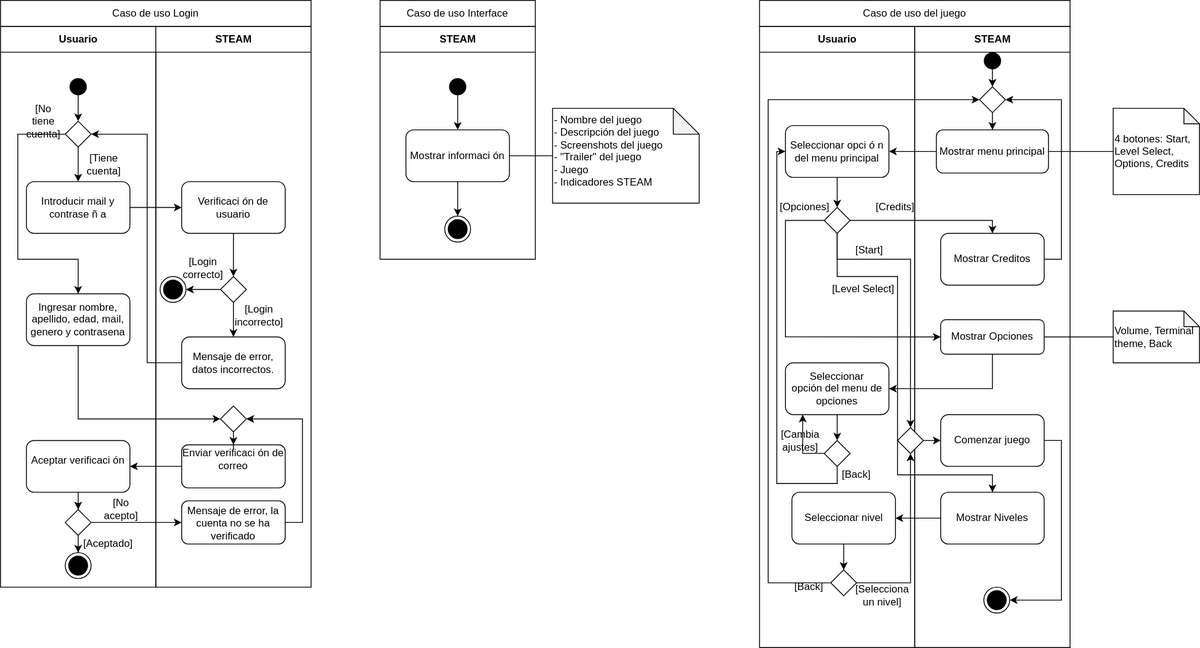
ITC21/srsdoc keeps this draw.io diagram as caso-de-actividades-STEAM.drawio.svg. Above is the earlier version. Source tidied: cells renumbered, new cells last; positions are measured from the earlier drawing's top-left corner, leaving out a move shared by most shapes.
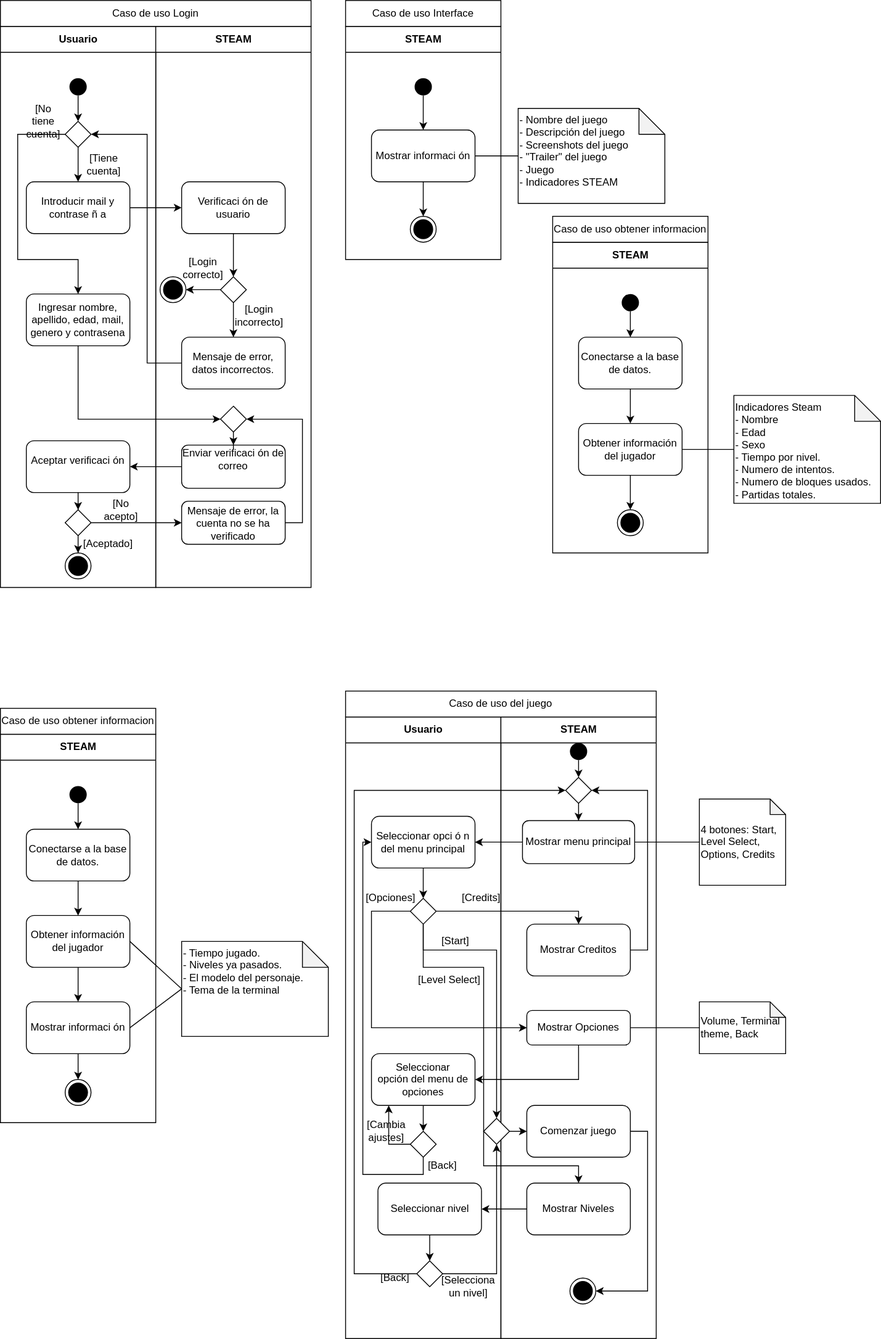
Above is the later version.

Commit message:
Modificaciones a los UML

What changed in the source:
```diff
@@ -3,7 +3,7 @@
     <mxCell id="0" />
     <mxCell id="1" parent="0" />
     <mxCell id="2" value="Usuario" style="swimlane;fontStyle=1;align=center;horizontal=1;startSize=30;html=1;" parent="1" vertex="1">
-      <mxGeometry y="30" width="180" height="650" as="geometry" />
+      <mxGeometry x="40" y="30" width="180" height="650" as="geometry" />
     </mxCell>
     <mxCell id="3" style="edgeStyle=orthogonalEdgeStyle;rounded=0;jettySize=auto;html=1;" parent="2" edge="1" source="4" target="8">
       <mxGeometry relative="1" as="geometry" />
@@ -60,7 +60,7 @@
       <mxGeometry x="105" y="590" width="40" height="20" as="geometry" />
     </mxCell>
     <mxCell id="19" value="STEAM" style="swimlane;fontStyle=1;align=center;horizontal=1;startSize=30;html=1;" parent="1" vertex="1">
-      <mxGeometry x="180" y="30" width="180" height="650" as="geometry" />
+      <mxGeometry x="220" y="30" width="180" height="650" as="geometry" />
     </mxCell>
     <mxCell id="20" style="edgeStyle=orthogonalEdgeStyle;rounded=0;jettySize=auto;html=1;" parent="19" edge="1" source="21" target="24">
       <mxGeometry relative="1" as="geometry" />
@@ -134,7 +134,7 @@
       <mxGeometry x="75" y="220" width="30" height="30" as="geometry" />
     </mxCell>
     <mxCell id="42" value="Usuario" style="swimlane;fontStyle=1;align=center;horizontal=1;startSize=30;html=1;" parent="1" vertex="1">
-      <mxGeometry x="880" y="30" width="180" height="720" as="geometry" />
+      <mxGeometry x="440" y="830" width="180" height="720" as="geometry" />
     </mxCell>
     <mxCell id="43" style="edgeStyle=orthogonalEdgeStyle;rounded=0;orthogonalLoop=1;jettySize=auto;html=1;" parent="42" edge="1">
       <mxGeometry relative="1" as="geometry">
@@ -214,7 +214,7 @@
       <mxGeometry x="82.5" y="295" width="75" height="20" as="geometry" />
     </mxCell>
     <mxCell id="63" value="STEAM" style="swimlane;fontStyle=1;align=center;horizontal=1;startSize=30;html=1;" parent="1" vertex="1">
-      <mxGeometry x="1060" y="30" width="180" height="720" as="geometry" />
+      <mxGeometry x="620" y="830" width="180" height="720" as="geometry" />
     </mxCell>
     <mxCell id="64" style="edgeStyle=orthogonalEdgeStyle;rounded=0;jettySize=auto;html=1;exitX=0.5;exitY=1;exitDx=0;exitDy=0;entryX=0.5;entryY=0;entryDx=0;entryDy=0;" parent="63" edge="1" source="65" target="75">
       <mxGeometry relative="1" as="geometry" />
@@ -268,32 +268,32 @@
     <mxCell id="77" style="edgeStyle=orthogonalEdgeStyle;rounded=0;jettySize=auto;html=1;" parent="1" edge="1" source="46" target="68">
       <mxGeometry relative="1" as="geometry">
         <Array as="points">
-          <mxPoint x="1150" y="255" />
+          <mxPoint x="710" y="1055" />
         </Array>
       </mxGeometry>
     </mxCell>
     <mxCell id="78" style="edgeStyle=orthogonalEdgeStyle;rounded=0;jettySize=auto;html=1;entryX=0;entryY=0.5;entryDx=0;entryDy=0;" parent="1" edge="1" source="46" target="69">
       <mxGeometry relative="1" as="geometry">
         <Array as="points">
-          <mxPoint x="910" y="255" />
-          <mxPoint x="910" y="390" />
+          <mxPoint x="470" y="1055" />
+          <mxPoint x="470" y="1190" />
         </Array>
       </mxGeometry>
     </mxCell>
     <mxCell id="79" style="edgeStyle=orthogonalEdgeStyle;rounded=0;jettySize=auto;html=1;" parent="1" edge="1" source="69" target="50">
       <mxGeometry relative="1" as="geometry">
         <Array as="points">
-          <mxPoint x="1150" y="450" />
+          <mxPoint x="710" y="1250" />
         </Array>
       </mxGeometry>
     </mxCell>
     <mxCell id="80" style="edgeStyle=orthogonalEdgeStyle;rounded=0;jettySize=auto;html=1;exitX=0.5;exitY=1;exitDx=0;exitDy=0;" parent="1" edge="1" source="46" target="72">
       <mxGeometry relative="1" as="geometry">
         <Array as="points">
-          <mxPoint x="970" y="320" />
-          <mxPoint x="1040" y="320" />
-          <mxPoint x="1040" y="550" />
-          <mxPoint x="1150" y="550" />
+          <mxPoint x="530" y="1120" />
+          <mxPoint x="600" y="1120" />
+          <mxPoint x="600" y="1350" />
+          <mxPoint x="710" y="1350" />
         </Array>
       </mxGeometry>
     </mxCell>
@@ -303,19 +303,19 @@
     <mxCell id="82" style="edgeStyle=orthogonalEdgeStyle;rounded=0;jettySize=auto;html=1;entryX=0;entryY=0.5;entryDx=0;entryDy=0;" parent="1" edge="1" source="59" target="75">
       <mxGeometry relative="1" as="geometry">
         <Array as="points">
-          <mxPoint x="890" y="675" />
-          <mxPoint x="890" y="115" />
+          <mxPoint x="450" y="1475" />
+          <mxPoint x="450" y="915" />
         </Array>
       </mxGeometry>
     </mxCell>
     <mxCell id="83" value="Caso de uso Login" style="rounded=0;whiteSpace=wrap;html=1;align=center;" parent="1" vertex="1">
-      <mxGeometry width="360" height="30" as="geometry" />
+      <mxGeometry x="40" width="360" height="30" as="geometry" />
     </mxCell>
     <mxCell id="84" style="edgeStyle=orthogonalEdgeStyle;rounded=0;jettySize=auto;html=1;entryX=1;entryY=0.5;entryDx=0;entryDy=0;" parent="1" edge="1" source="27" target="8">
       <mxGeometry relative="1" as="geometry">
         <Array as="points">
-          <mxPoint x="170" y="420" />
-          <mxPoint x="170" y="155" />
+          <mxPoint x="210" y="420" />
+          <mxPoint x="210" y="155" />
         </Array>
       </mxGeometry>
     </mxCell>
@@ -323,13 +323,13 @@
       <mxGeometry relative="1" as="geometry" />
     </mxCell>
     <mxCell id="86" value="&lt;span&gt;4 botones: Start, Level Select, Options, Credits&lt;/span&gt;" style="shape=note;whiteSpace=wrap;html=1;backgroundOutline=1;darkOpacity=0.05;align=left;size=18;" parent="1" vertex="1">
-      <mxGeometry x="1290" y="125" width="100" height="100" as="geometry" />
+      <mxGeometry x="850" y="925" width="100" height="100" as="geometry" />
     </mxCell>
     <mxCell id="87" value="Caso de uso Interface" style="rounded=0;whiteSpace=wrap;html=1;align=center;" parent="1" vertex="1">
       <mxGeometry x="440" width="180" height="30" as="geometry" />
     </mxCell>
     <mxCell id="88" value="Caso de uso del juego" style="rounded=0;whiteSpace=wrap;html=1;align=center;" parent="1" vertex="1">
-      <mxGeometry x="880" width="360" height="30" as="geometry" />
+      <mxGeometry x="440" y="800" width="360" height="30" as="geometry" />
     </mxCell>
     <mxCell id="89" style="edgeStyle=orthogonalEdgeStyle;rounded=0;jettySize=auto;html=1;" parent="1" edge="1" source="29" target="13">
       <mxGeometry relative="1" as="geometry" />
@@ -337,7 +337,7 @@
     <mxCell id="90" style="edgeStyle=orthogonalEdgeStyle;rounded=0;jettySize=auto;html=1;entryX=0;entryY=0.5;entryDx=0;entryDy=0;" parent="1" edge="1" source="10" target="33">
       <mxGeometry relative="1" as="geometry">
         <Array as="points">
-          <mxPoint x="90" y="485" />
+          <mxPoint x="130" y="485" />
         </Array>
       </mxGeometry>
     </mxCell>
@@ -348,7 +348,7 @@
       <mxGeometry relative="1" as="geometry" />
     </mxCell>
     <mxCell id="93" style="rhombus;align=center;" parent="1" vertex="1">
-      <mxGeometry x="1040" y="495" width="30" height="30" as="geometry" />
+      <mxGeometry x="600" y="1295" width="30" height="30" as="geometry" />
     </mxCell>
     <mxCell id="94" style="edgeStyle=orthogonalEdgeStyle;rounded=0;jettySize=auto;html=1;exitX=1;exitY=0.5;exitDx=0;exitDy=0;entryX=0;entryY=0.5;entryDx=0;entryDy=0;" parent="1" edge="1" source="93" target="71">
       <mxGeometry relative="1" as="geometry" />
@@ -356,8 +356,8 @@
     <mxCell id="95" style="edgeStyle=orthogonalEdgeStyle;rounded=0;jettySize=auto;html=1;entryX=0.5;entryY=0;entryDx=0;entryDy=0;" parent="1" edge="1" source="46" target="93">
       <mxGeometry relative="1" as="geometry">
         <Array as="points">
-          <mxPoint x="970" y="300" />
-          <mxPoint x="1055" y="300" />
+          <mxPoint x="530" y="1100" />
+          <mxPoint x="615" y="1100" />
         </Array>
       </mxGeometry>
     </mxCell>
@@ -365,10 +365,85 @@
       <mxGeometry relative="1" as="geometry" />
     </mxCell>
     <mxCell id="97" value="&lt;span style=&quot;text-align: center&quot;&gt;Volume, Terminal theme, Back&lt;/span&gt;" style="shape=note;whiteSpace=wrap;html=1;backgroundOutline=1;darkOpacity=0.05;align=left;size=18;" parent="1" vertex="1">
-      <mxGeometry x="1290" y="360" width="100" height="60" as="geometry" />
+      <mxGeometry x="850" y="1160" width="100" height="60" as="geometry" />
     </mxCell>
     <mxCell id="98" style="endArrow=none;html=1;exitX=1;exitY=0.5;exitDx=0;exitDy=0;" parent="1" edge="1" source="69" target="97">
       <mxGeometry relative="1" as="geometry" />
     </mxCell>
+    <mxCell id="99" value="STEAM" style="swimlane;fontStyle=1;align=center;horizontal=1;startSize=30;html=1;" parent="1" vertex="1">
+      <mxGeometry x="40" y="850" width="180" height="450" as="geometry" />
+    </mxCell>
+    <mxCell id="100" style="edgeStyle=orthogonalEdgeStyle;rounded=0;jettySize=auto;html=1;exitX=0.5;exitY=1;exitDx=0;exitDy=0;entryX=0.5;entryY=0;entryDx=0;entryDy=0;" parent="99" edge="1" source="101" target="108">
+      <mxGeometry relative="1" as="geometry" />
+    </mxCell>
+    <mxCell id="101" style="ellipse;fillColor=#000000;strokeColor=none;align=center;" parent="99" vertex="1">
+      <mxGeometry x="80" y="60" width="20" height="20" as="geometry" />
+    </mxCell>
+    <mxCell id="102" style="edgeStyle=orthogonalEdgeStyle;rounded=0;jettySize=auto;html=1;entryX=0.5;entryY=0;entryDx=0;entryDy=0;" parent="99" edge="1" source="103" target="104">
+      <mxGeometry relative="1" as="geometry" />
+    </mxCell>
+    <mxCell id="103" value="Mostrar informaci&lt;span&gt;ón&lt;br&gt;&lt;/span&gt;" style="rounded=1;whiteSpace=wrap;html=1;align=center;" parent="99" vertex="1">
+      <mxGeometry x="30" y="310" width="120" height="60" as="geometry" />
+    </mxCell>
+    <mxCell id="104" style="ellipse;html=1;shape=endState;fillColor=#000000;strokeColor=#000000;align=center;" parent="99" vertex="1">
+      <mxGeometry x="75" y="400" width="30" height="30" as="geometry" />
+    </mxCell>
+    <mxCell id="105" style="edgeStyle=orthogonalEdgeStyle;rounded=0;jettySize=auto;html=1;exitX=0.5;exitY=1;exitDx=0;exitDy=0;entryX=0.5;entryY=0;entryDx=0;entryDy=0;" parent="99" edge="1" source="106" target="103">
+      <mxGeometry relative="1" as="geometry" />
+    </mxCell>
+    <mxCell id="106" value="&lt;span&gt;Obtener información del jugador&lt;br&gt;&lt;/span&gt;" style="rounded=1;whiteSpace=wrap;html=1;align=center;" parent="99" vertex="1">
+      <mxGeometry x="30" y="210" width="120" height="60" as="geometry" />
+    </mxCell>
+    <mxCell id="107" style="edgeStyle=orthogonalEdgeStyle;rounded=0;jettySize=auto;html=1;exitX=0.5;exitY=1;exitDx=0;exitDy=0;entryX=0.5;entryY=0;entryDx=0;entryDy=0;" parent="99" edge="1" source="108" target="106">
+      <mxGeometry relative="1" as="geometry" />
+    </mxCell>
+    <mxCell id="108" value="&lt;span&gt;Conectarse a la base de datos.&lt;br&gt;&lt;/span&gt;" style="rounded=1;whiteSpace=wrap;html=1;align=center;" parent="99" vertex="1">
+      <mxGeometry x="30" y="110" width="120" height="60" as="geometry" />
+    </mxCell>
+    <mxCell id="109" value="Caso de uso obtener informacion" style="rounded=0;whiteSpace=wrap;html=1;align=center;" parent="1" vertex="1">
+      <mxGeometry x="40" y="820" width="180" height="30" as="geometry" />
+    </mxCell>
+    <mxCell id="110" style="endArrow=none;html=1;exitX=1;exitY=0.5;exitDx=0;exitDy=0;entryX=0;entryY=0.5;entryDx=0;entryDy=0;entryPerimeter=0;" parent="1" edge="1" source="103" target="111">
+      <mxGeometry relative="1" as="geometry" />
+    </mxCell>
+    <mxCell id="111" value="- Tiempo jugado.&lt;br&gt;- Niveles ya pasados.&lt;br&gt;- El modelo del personaje.&lt;br&gt;- Tema de la terminal" style="shape=note;whiteSpace=wrap;html=1;backgroundOutline=1;darkOpacity=0.05;align=left;verticalAlign=top;" parent="1" vertex="1">
+      <mxGeometry x="250" y="1090" width="170" height="110" as="geometry" />
+    </mxCell>
+    <mxCell id="112" style="endArrow=none;html=1;exitX=1;exitY=0.5;exitDx=0;exitDy=0;entryX=0;entryY=0.5;entryDx=0;entryDy=0;entryPerimeter=0;" parent="1" edge="1" source="106" target="111">
+      <mxGeometry relative="1" as="geometry" />
+    </mxCell>
+    <mxCell id="113" value="STEAM" style="swimlane;fontStyle=1;align=center;horizontal=1;startSize=30;html=1;" parent="1" vertex="1">
+      <mxGeometry x="680" y="280" width="180" height="360" as="geometry" />
+    </mxCell>
+    <mxCell id="114" style="edgeStyle=orthogonalEdgeStyle;rounded=0;jettySize=auto;html=1;exitX=0.5;exitY=1;exitDx=0;exitDy=0;entryX=0.5;entryY=0;entryDx=0;entryDy=0;" parent="113" edge="1" source="115" target="120">
+      <mxGeometry relative="1" as="geometry" />
+    </mxCell>
+    <mxCell id="115" style="ellipse;fillColor=#000000;strokeColor=none;align=center;" parent="113" vertex="1">
+      <mxGeometry x="80" y="60" width="20" height="20" as="geometry" />
+    </mxCell>
+    <mxCell id="116" style="edgeStyle=orthogonalEdgeStyle;rounded=0;jettySize=auto;html=1;entryX=0.5;entryY=0;entryDx=0;entryDy=0;exitX=0.5;exitY=1;exitDx=0;exitDy=0;" parent="113" edge="1" source="118" target="117">
+      <mxGeometry relative="1" as="geometry" />
+    </mxCell>
+    <mxCell id="117" style="ellipse;html=1;shape=endState;fillColor=#000000;strokeColor=#000000;align=center;" parent="113" vertex="1">
+      <mxGeometry x="75" y="310" width="30" height="30" as="geometry" />
+    </mxCell>
+    <mxCell id="118" value="&lt;span&gt;Obtener información del jugador&lt;br&gt;&lt;/span&gt;" style="rounded=1;whiteSpace=wrap;html=1;align=center;" parent="113" vertex="1">
+      <mxGeometry x="30" y="210" width="120" height="60" as="geometry" />
+    </mxCell>
+    <mxCell id="119" style="edgeStyle=orthogonalEdgeStyle;rounded=0;jettySize=auto;html=1;exitX=0.5;exitY=1;exitDx=0;exitDy=0;entryX=0.5;entryY=0;entryDx=0;entryDy=0;" parent="113" edge="1" source="120" target="118">
+      <mxGeometry relative="1" as="geometry" />
+    </mxCell>
+    <mxCell id="120" value="&lt;span&gt;Conectarse a la base de datos.&lt;br&gt;&lt;/span&gt;" style="rounded=1;whiteSpace=wrap;html=1;align=center;" parent="113" vertex="1">
+      <mxGeometry x="30" y="110" width="120" height="60" as="geometry" />
+    </mxCell>
+    <mxCell id="121" value="Caso de uso obtener informacion" style="rounded=0;whiteSpace=wrap;html=1;align=center;" parent="1" vertex="1">
+      <mxGeometry x="680" y="250" width="180" height="30" as="geometry" />
+    </mxCell>
+    <mxCell id="122" value="Indicadores Steam&lt;br&gt;&amp;nbsp;- Nombre&lt;br&gt;&amp;nbsp;- Edad&lt;br&gt;&amp;nbsp;- Sexo&lt;br&gt;&amp;nbsp;- Tiempo por nivel.&lt;br&gt;&amp;nbsp;- Numero de intentos.&lt;br&gt;&amp;nbsp;- Numero de bloques usados.&lt;br&gt;&amp;nbsp;- Partidas totales." style="shape=note;whiteSpace=wrap;html=1;backgroundOutline=1;darkOpacity=0.05;align=left;verticalAlign=top;" parent="1" vertex="1">
+      <mxGeometry x="890" y="457.5" width="170" height="125" as="geometry" />
+    </mxCell>
+    <mxCell id="123" style="endArrow=none;html=1;exitX=1;exitY=0.5;exitDx=0;exitDy=0;entryX=0;entryY=0.5;entryDx=0;entryDy=0;entryPerimeter=0;" parent="1" edge="1" source="118" target="122">
+      <mxGeometry relative="1" as="geometry" />
+    </mxCell>
   </root>
 </mxGraphModel>
```
